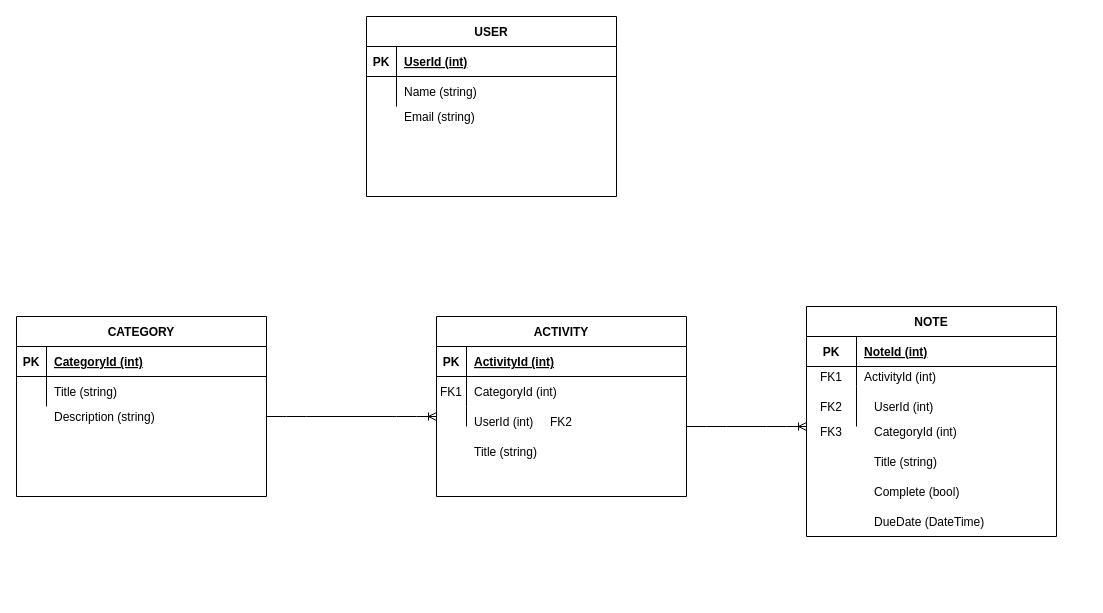
Before: Untitled Diagram.drawio in hbouwers/TaskManager, a draw.io diagram. Source tidied: cells renumbered, new cells numbered last; positions are measured from the earlier drawing's top-left corner, leaving out a move shared by most shapes. Both pictures are drawn from the tidied source at 100%, with x=0, y=0 at pixel (16, 16).
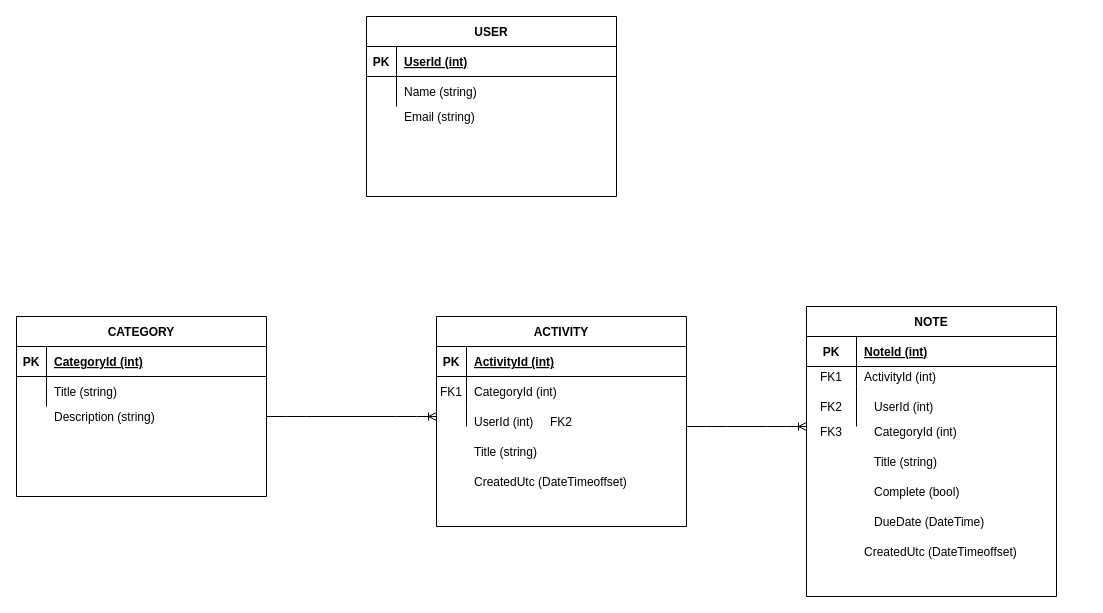
After the change.

What changed in the source:
```diff
@@
     <mxCell id="2" value="NOTE" style="shape=table;startSize=30;childLayout=tableLayout;rowLines=0;fontStyle=1;align=center;" parent="1" vertex="1">
-      <mxGeometry x="790" y="290" width="250" height="230" as="geometry" />
+      <mxGeometry x="790" y="290" width="250" height="290" as="geometry" />
     </mxCell>
@@
     <mxCell id="12" value="ACTIVITY" style="shape=table;startSize=30;childLayout=tableLayout;rowLines=0;fontStyle=1;align=center;" parent="1" vertex="1">
-      <mxGeometry x="420" y="300" width="250" height="180" as="geometry" />
+      <mxGeometry x="420" y="300" width="250" height="210" as="geometry" />
     </mxCell>
@@
+    <mxCell id="50" value="CreatedUtc (DateTimeoffset)" style="shape=partialRectangle;overflow=hidden;fillColor=none;top=0;left=0;bottom=0;right=0;align=left;spacingLeft=6;" parent="1" vertex="1">
+      <mxGeometry x="450" y="450" width="220" height="30" as="geometry" />
+    </mxCell>
+    <mxCell id="51" value="CreatedUtc (DateTimeoffset)" style="shape=partialRectangle;overflow=hidden;fillColor=none;top=0;left=0;bottom=0;right=0;align=left;spacingLeft=6;" parent="1" vertex="1">
+      <mxGeometry x="840" y="520" width="220" height="30" as="geometry" />
+    </mxCell>
```
